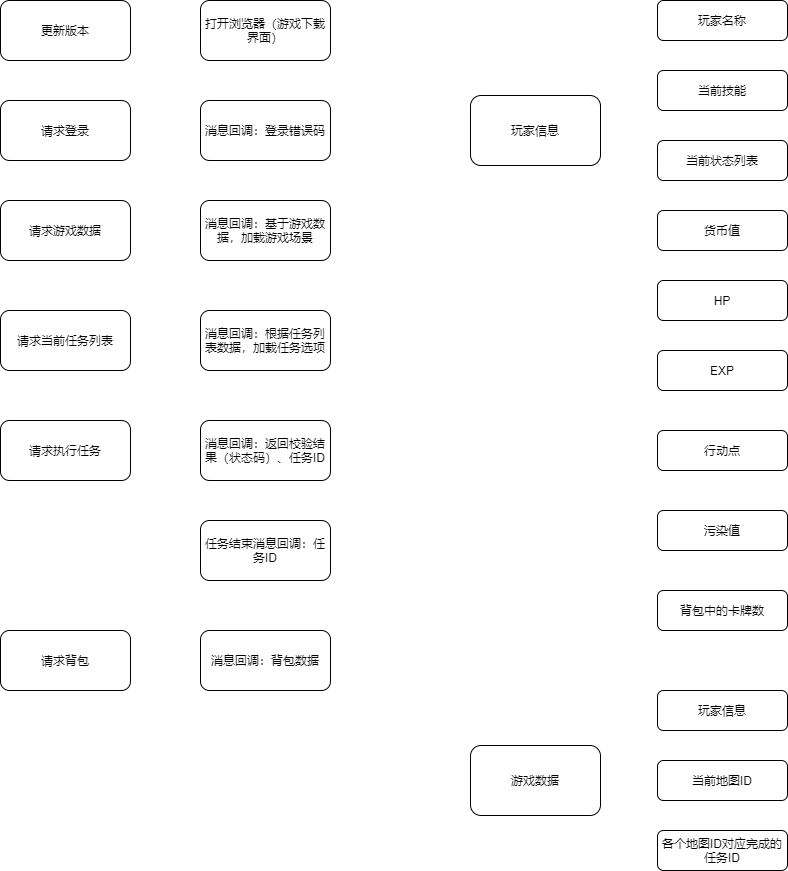
Before: flowsheet/drawio/LOGC/stages.drawio.png, a diagram exported from draw.io (JDreamHeart/DailyCodes). Source tidied: cells renumbered, new cells last; positions are measured from the earlier drawing's top-left corner, leaving out a move shared by most shapes. Source of this version:
```xml
<mxGraphModel>
  <root>
    <mxCell id="0" />
    <mxCell id="1" parent="0" />
    <mxCell id="2" value="更新版本" style="rounded=1;whiteSpace=wrap;html=1;" parent="1" vertex="1">
      <mxGeometry width="130" height="60" as="geometry" />
    </mxCell>
    <mxCell id="3" value="请求登录" style="rounded=1;whiteSpace=wrap;html=1;" parent="1" vertex="1">
      <mxGeometry y="100" width="130" height="60" as="geometry" />
    </mxCell>
    <mxCell id="4" value="请求游戏数据" style="rounded=1;whiteSpace=wrap;html=1;" parent="1" vertex="1">
      <mxGeometry y="200" width="130" height="60" as="geometry" />
    </mxCell>
    <mxCell id="5" value="打开浏览器（游戏下载界面）" style="rounded=1;whiteSpace=wrap;html=1;" parent="1" vertex="1">
      <mxGeometry x="200" width="130" height="60" as="geometry" />
    </mxCell>
    <mxCell id="6" value="消息回调：登录错误码" style="rounded=1;whiteSpace=wrap;html=1;" parent="1" vertex="1">
      <mxGeometry x="200" y="100" width="130" height="60" as="geometry" />
    </mxCell>
    <mxCell id="7" value="消息回调：基于游戏数据，加载游戏场景" style="rounded=1;whiteSpace=wrap;html=1;" parent="1" vertex="1">
      <mxGeometry x="200" y="200" width="130" height="60" as="geometry" />
    </mxCell>
    <mxCell id="8" value="请求当前任务列表" style="rounded=1;whiteSpace=wrap;html=1;" parent="1" vertex="1">
      <mxGeometry y="310" width="130" height="60" as="geometry" />
    </mxCell>
    <mxCell id="9" value="消息回调：根据任务列表数据，加载任务选项" style="rounded=1;whiteSpace=wrap;html=1;" parent="1" vertex="1">
      <mxGeometry x="200" y="310" width="130" height="60" as="geometry" />
    </mxCell>
    <mxCell id="10" value="请求执行任务" style="rounded=1;whiteSpace=wrap;html=1;" parent="1" vertex="1">
      <mxGeometry y="420" width="130" height="60" as="geometry" />
    </mxCell>
    <mxCell id="11" value="消息回调：返回校验结果（状态码）、任务ID" style="rounded=1;whiteSpace=wrap;html=1;" parent="1" vertex="1">
      <mxGeometry x="200" y="420" width="130" height="60" as="geometry" />
    </mxCell>
    <mxCell id="12" value="任务结束消息回调：任务ID" style="rounded=1;whiteSpace=wrap;html=1;" parent="1" vertex="1">
      <mxGeometry x="200" y="520" width="130" height="60" as="geometry" />
    </mxCell>
    <mxCell id="13" value="玩家名称" style="rounded=1;whiteSpace=wrap;html=1;" parent="1" vertex="1">
      <mxGeometry x="657" width="130" height="40" as="geometry" />
    </mxCell>
    <mxCell id="14" value="当前技能" style="rounded=1;whiteSpace=wrap;html=1;" parent="1" vertex="1">
      <mxGeometry x="657" y="70" width="130" height="40" as="geometry" />
    </mxCell>
    <mxCell id="15" value="当前状态列表" style="rounded=1;whiteSpace=wrap;html=1;" parent="1" vertex="1">
      <mxGeometry x="657" y="140" width="130" height="40" as="geometry" />
    </mxCell>
    <mxCell id="16" value="货币值" style="rounded=1;whiteSpace=wrap;html=1;" parent="1" vertex="1">
      <mxGeometry x="657" y="210" width="130" height="40" as="geometry" />
    </mxCell>
    <mxCell id="17" value="当前地图ID" style="rounded=1;whiteSpace=wrap;html=1;" parent="1" vertex="1">
      <mxGeometry x="657" y="760" width="130" height="40" as="geometry" />
    </mxCell>
    <mxCell id="18" value="HP" style="rounded=1;whiteSpace=wrap;html=1;" parent="1" vertex="1">
      <mxGeometry x="657" y="280" width="130" height="40" as="geometry" />
    </mxCell>
    <mxCell id="19" value="EXP" style="rounded=1;whiteSpace=wrap;html=1;" parent="1" vertex="1">
      <mxGeometry x="657" y="350" width="130" height="40" as="geometry" />
    </mxCell>
    <mxCell id="20" value="玩家信息" style="rounded=1;whiteSpace=wrap;html=1;" parent="1" vertex="1">
      <mxGeometry x="470" y="95" width="130" height="70" as="geometry" />
    </mxCell>
    <mxCell id="21" value="行动点" style="rounded=1;whiteSpace=wrap;html=1;" parent="1" vertex="1">
      <mxGeometry x="657" y="430" width="130" height="40" as="geometry" />
    </mxCell>
    <mxCell id="22" value="污染值" style="rounded=1;whiteSpace=wrap;html=1;" parent="1" vertex="1">
      <mxGeometry x="657" y="510" width="130" height="40" as="geometry" />
    </mxCell>
    <mxCell id="23" value="背包中的卡牌数" style="rounded=1;whiteSpace=wrap;html=1;" parent="1" vertex="1">
      <mxGeometry x="657" y="590" width="130" height="40" as="geometry" />
    </mxCell>
    <mxCell id="24" value="游戏数据" style="rounded=1;whiteSpace=wrap;html=1;" parent="1" vertex="1">
      <mxGeometry x="470" y="745" width="130" height="70" as="geometry" />
    </mxCell>
    <mxCell id="25" value="各个地图ID对应完成的任务ID" style="rounded=1;whiteSpace=wrap;html=1;" parent="1" vertex="1">
      <mxGeometry x="657" y="830" width="130" height="40" as="geometry" />
    </mxCell>
    <mxCell id="26" value="玩家信息" style="rounded=1;whiteSpace=wrap;html=1;" parent="1" vertex="1">
      <mxGeometry x="657" y="690" width="130" height="40" as="geometry" />
    </mxCell>
    <mxCell id="27" value="请求背包" style="rounded=1;whiteSpace=wrap;html=1;" parent="1" vertex="1">
      <mxGeometry y="630" width="130" height="60" as="geometry" />
    </mxCell>
    <mxCell id="28" value="消息回调：背包数据" style="rounded=1;whiteSpace=wrap;html=1;" parent="1" vertex="1">
      <mxGeometry x="200" y="630" width="130" height="60" as="geometry" />
    </mxCell>
  </root>
</mxGraphModel>
```
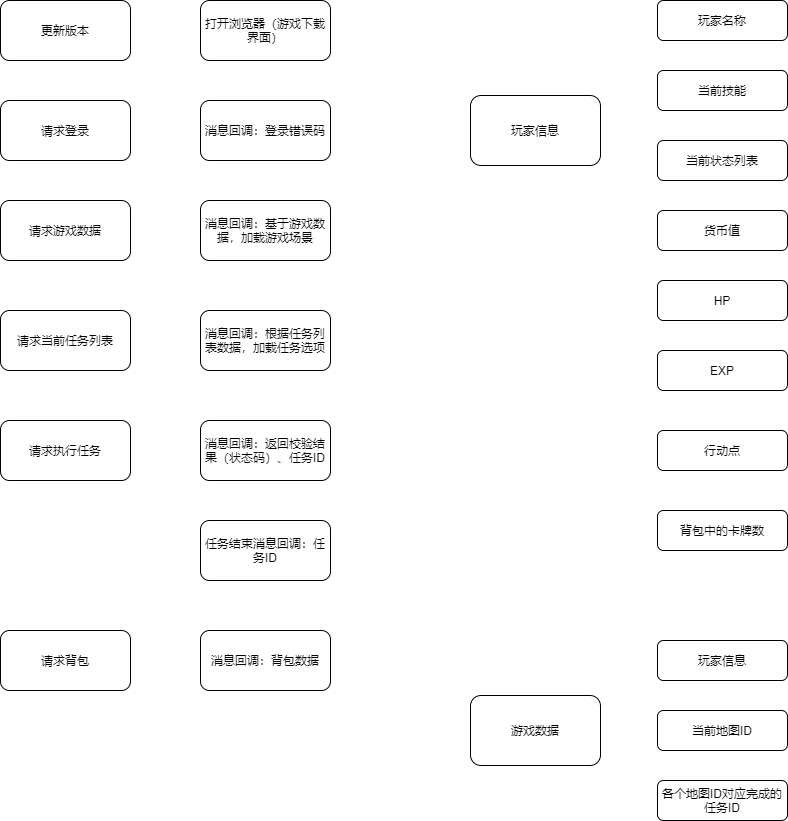
Above is the later version.

Commit message:
refactor:更新LOGC流程图；新增LOGC协议数据

The edit, as a diff of the source:
```diff
@@ -48,7 +48,7 @@
       <mxGeometry x="657" y="210" width="130" height="40" as="geometry" />
     </mxCell>
     <mxCell id="17" value="当前地图ID" style="rounded=1;whiteSpace=wrap;html=1;" parent="1" vertex="1">
-      <mxGeometry x="657" y="760" width="130" height="40" as="geometry" />
+      <mxGeometry x="657" y="710" width="130" height="40" as="geometry" />
     </mxCell>
     <mxCell id="18" value="HP" style="rounded=1;whiteSpace=wrap;html=1;" parent="1" vertex="1">
       <mxGeometry x="657" y="280" width="130" height="40" as="geometry" />
@@ -62,20 +62,17 @@
     <mxCell id="21" value="行动点" style="rounded=1;whiteSpace=wrap;html=1;" parent="1" vertex="1">
       <mxGeometry x="657" y="430" width="130" height="40" as="geometry" />
     </mxCell>
-    <mxCell id="22" value="污染值" style="rounded=1;whiteSpace=wrap;html=1;" parent="1" vertex="1">
-      <mxGeometry x="657" y="510" width="130" height="40" as="geometry" />
-    </mxCell>
     <mxCell id="23" value="背包中的卡牌数" style="rounded=1;whiteSpace=wrap;html=1;" parent="1" vertex="1">
-      <mxGeometry x="657" y="590" width="130" height="40" as="geometry" />
+      <mxGeometry x="657" y="510" width="130" height="40" as="geometry" />
     </mxCell>
     <mxCell id="24" value="游戏数据" style="rounded=1;whiteSpace=wrap;html=1;" parent="1" vertex="1">
-      <mxGeometry x="470" y="745" width="130" height="70" as="geometry" />
+      <mxGeometry x="470" y="695" width="130" height="70" as="geometry" />
     </mxCell>
     <mxCell id="25" value="各个地图ID对应完成的任务ID" style="rounded=1;whiteSpace=wrap;html=1;" parent="1" vertex="1">
-      <mxGeometry x="657" y="830" width="130" height="40" as="geometry" />
+      <mxGeometry x="657" y="780" width="130" height="40" as="geometry" />
     </mxCell>
     <mxCell id="26" value="玩家信息" style="rounded=1;whiteSpace=wrap;html=1;" parent="1" vertex="1">
-      <mxGeometry x="657" y="690" width="130" height="40" as="geometry" />
+      <mxGeometry x="657" y="640" width="130" height="40" as="geometry" />
     </mxCell>
     <mxCell id="27" value="请求背包" style="rounded=1;whiteSpace=wrap;html=1;" parent="1" vertex="1">
       <mxGeometry y="630" width="130" height="60" as="geometry" />
```
